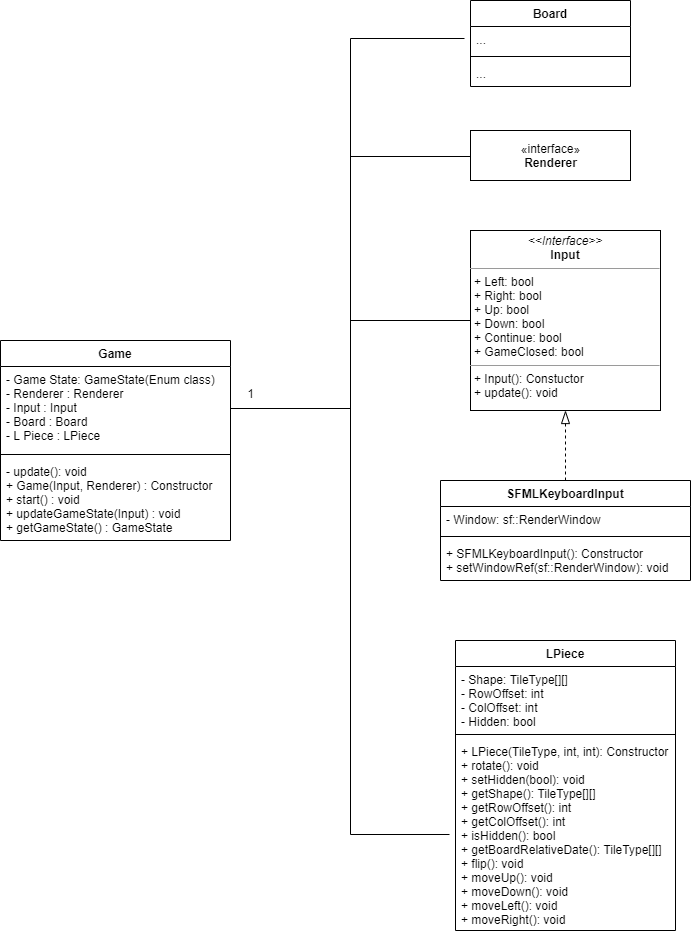
Before: Diagrams/ClassDiagram.png, a diagram exported from draw.io (KenPowerClassroom/LGame-TeamB). Source tidied: cells renumbered, new cells last; positions are measured from the earlier drawing's top-left corner, leaving out a move shared by most shapes.
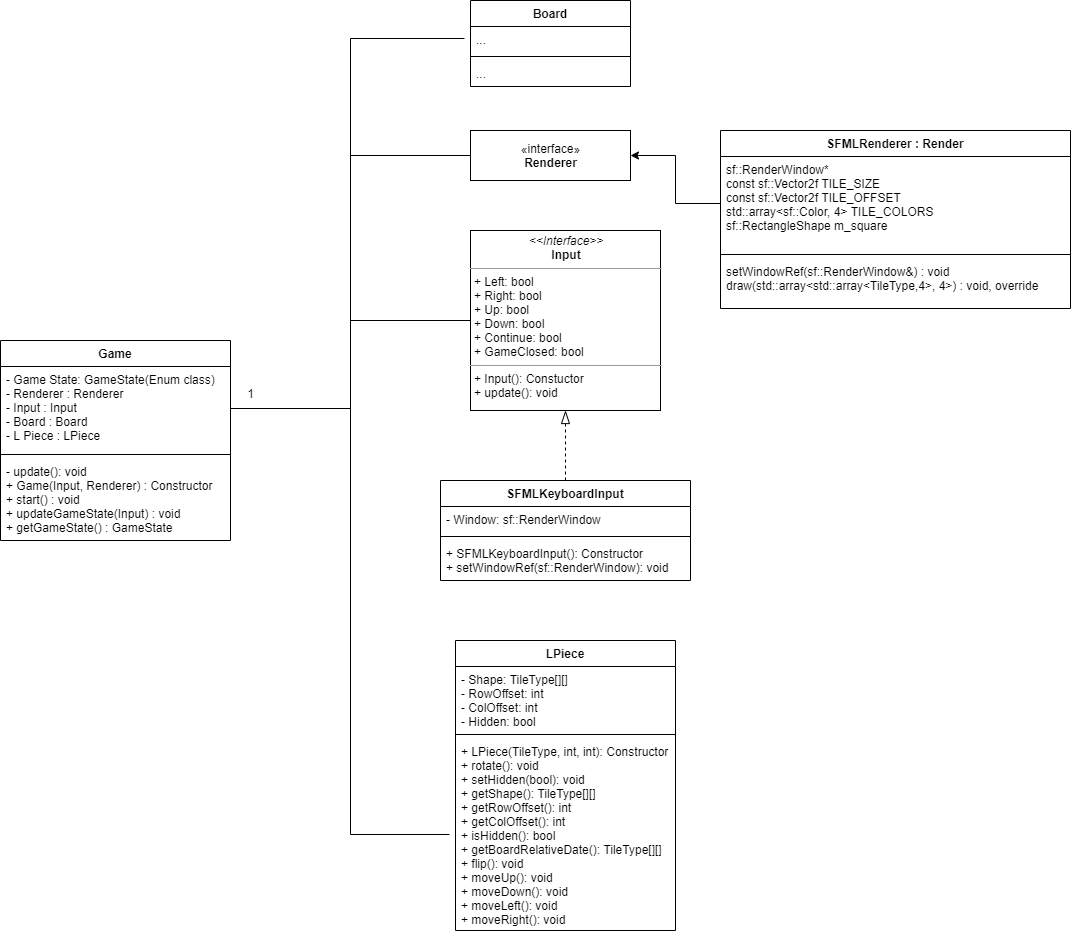
The same file after the commit.

Commit message:
Updating class diagram

What changed in the source:
```diff
@@ -94,5 +94,23 @@
         </Array>
       </mxGeometry>
     </mxCell>
+    <mxCell id="26" value="SFMLRenderer : Render" style="swimlane;fontStyle=1;align=center;verticalAlign=top;horizontal=1;startSize=26;" parent="1" vertex="1">
+      <mxGeometry x="720" y="130" width="350" height="178" as="geometry" />
+    </mxCell>
+    <mxCell id="27" value="sf::RenderWindow*&#10;const sf::Vector2f TILE_SIZE&#10;const sf::Vector2f TILE_OFFSET&#10;std::array&lt;sf::Color, 4&gt; TILE_COLORS&#10;sf::RectangleShape m_square" style="text;strokeColor=none;fillColor=none;align=left;verticalAlign=top;spacingLeft=4;spacingRight=4;overflow=hidden;points=[[0,0.5],[1,0.5]];portConstraint=eastwest;" parent="26" vertex="1">
+      <mxGeometry y="26" width="350" height="94" as="geometry" />
+    </mxCell>
+    <mxCell id="28" style="line;strokeWidth=1;fillColor=none;align=left;verticalAlign=middle;spacingTop=-1;spacingLeft=3;spacingRight=3;labelPosition=right;" parent="26" vertex="1">
+      <mxGeometry y="120" width="350" height="8" as="geometry" />
+    </mxCell>
+    <mxCell id="29" value="setWindowRef(sf::RenderWindow&amp;) : void&#10;draw(std::array&lt;std::array&lt;TileType,4&gt;, 4&gt;) : void, override" style="text;strokeColor=none;fillColor=none;align=left;verticalAlign=top;spacingLeft=4;spacingRight=4;overflow=hidden;" parent="26" vertex="1">
+      <mxGeometry y="128" width="350" height="50" as="geometry" />
+    </mxCell>
+    <mxCell id="30" style="edgeStyle=orthogonalEdgeStyle;rounded=0;orthogonalLoop=1;jettySize=auto;html=1;exitX=1;exitY=0.5;exitDx=0;exitDy=0;" parent="26" edge="1" source="27" target="27">
+      <mxGeometry relative="1" as="geometry" />
+    </mxCell>
+    <mxCell id="31" style="edgeStyle=orthogonalEdgeStyle;rounded=0;jettySize=auto;html=1;entryX=1;entryY=0.5;entryDx=0;entryDy=0;" parent="1" edge="1" source="27" target="6">
+      <mxGeometry relative="1" as="geometry" />
+    </mxCell>
   </root>
 </mxGraphModel>
```
